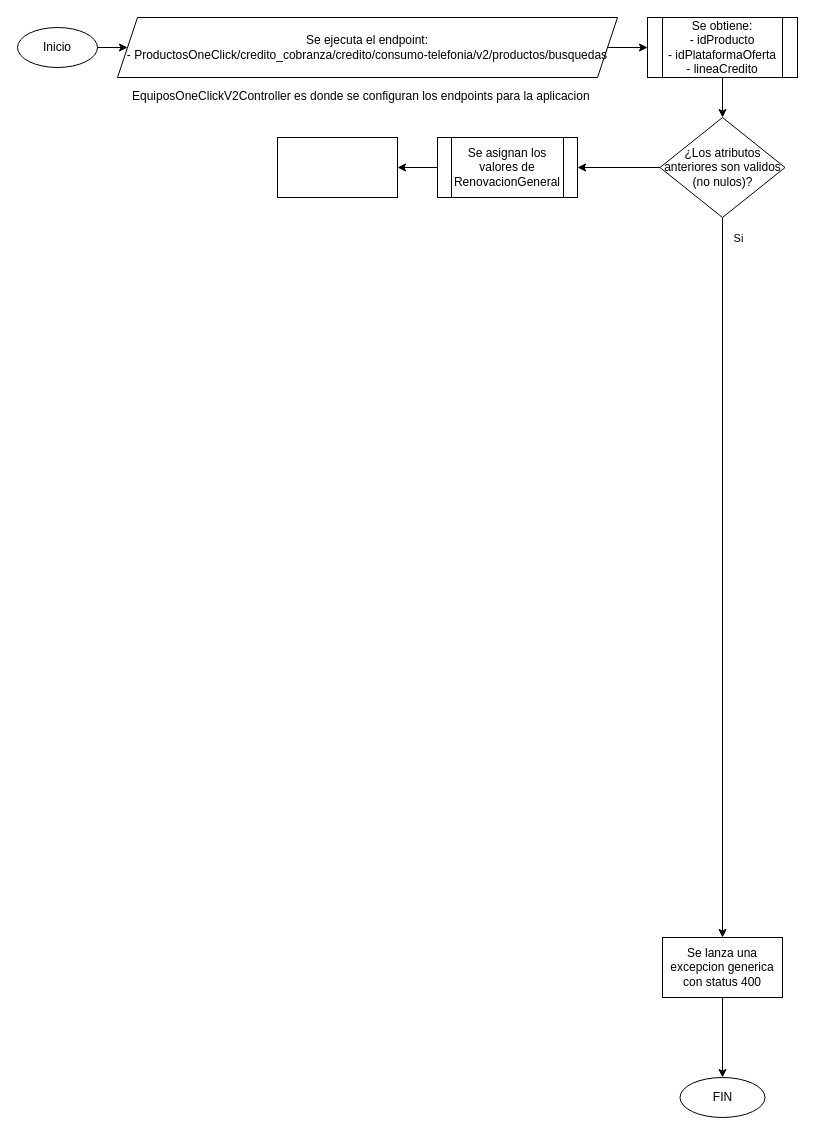
Before: Untitled Diagram.drawio in Retsamyo/hello-world, a draw.io diagram. Source tidied: cells renumbered, new cells numbered last; positions are measured from the earlier drawing's top-left corner, leaving out a move shared by most shapes. Both pictures are drawn from the tidied source at 100%, with x=0, y=0 at pixel (17, 17).
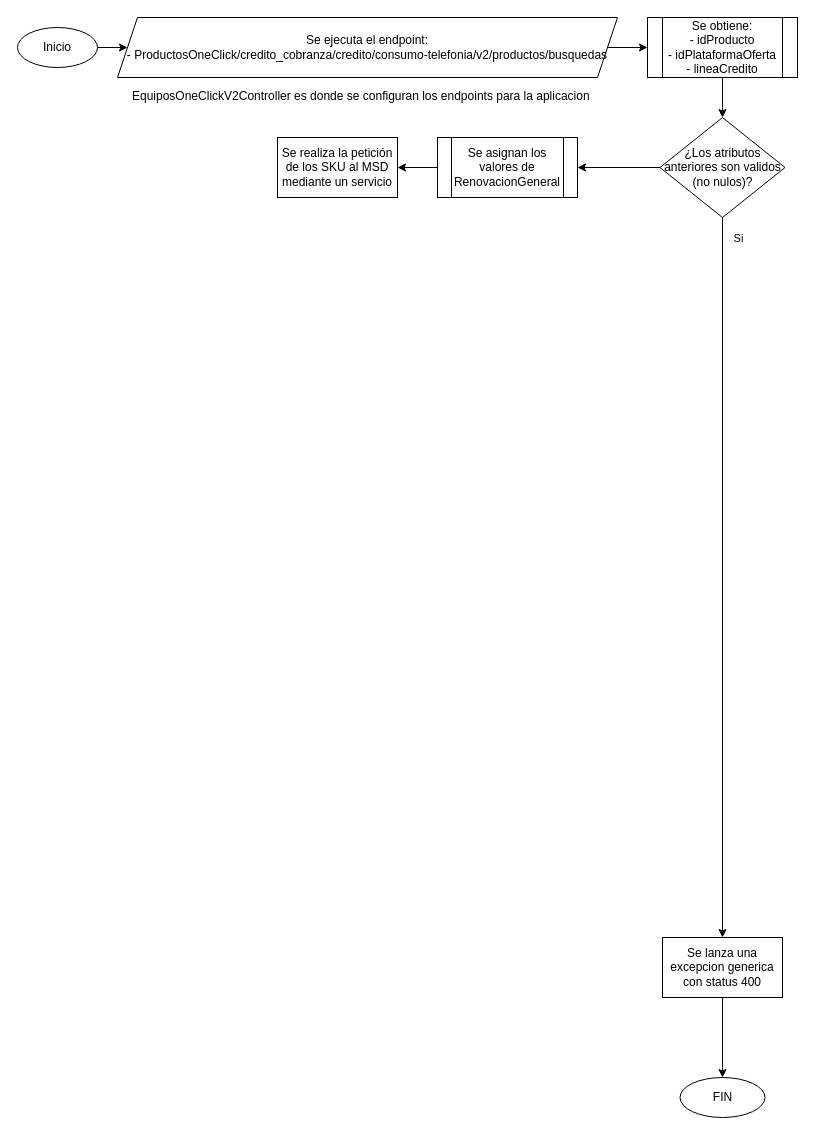
The same diagram, later.

Change to the diagram source:
```diff
@@
 <mxGraphModel>
   <root>
     <mxCell id="0" />
     <mxCell id="1" parent="0" />
     <mxCell id="2" value="&lt;p&gt;&lt;span style=&quot;font-size: 12px ; font-weight: normal&quot;&gt;EquiposOneClickV2Controller es donde se configuran los endpoints para la aplicacion&lt;/span&gt;&lt;/p&gt;" style="text;html=1;strokeColor=none;fillColor=none;spacing=5;spacingTop=-20;whiteSpace=wrap;overflow=hidden;rounded=0;" parent="1" vertex="1">
       <mxGeometry x="110" y="70" width="480" height="20" as="geometry" />
     </mxCell>
     <mxCell id="3" style="edgeStyle=orthogonalEdgeStyle;rounded=0;jettySize=auto;html=1;" parent="1" edge="1" source="4" target="6">
       <mxGeometry relative="1" as="geometry" />
     </mxCell>
     <mxCell id="4" value="&lt;span&gt;Se ejecuta el endpoint:&lt;/span&gt;&lt;br&gt;&lt;span&gt;-&amp;nbsp;ProductosOneClick/credito_cobranza/credito/consumo-telefonia/v2/productos/busquedas&lt;/span&gt;" style="shape=parallelogram;perimeter=parallelogramPerimeter;whiteSpace=wrap;html=1;fixedSize=1;" parent="1" vertex="1">
       <mxGeometry x="100" width="500" height="60" as="geometry" />
     </mxCell>
     <mxCell id="5" style="edgeStyle=orthogonalEdgeStyle;rounded=0;jettySize=auto;html=1;" parent="1" edge="1" source="6" target="10">
       <mxGeometry relative="1" as="geometry" />
     </mxCell>
     <mxCell id="6" value="Se obtiene:&lt;br&gt;-&amp;nbsp;idProducto&lt;br&gt;- idPlataformaOferta&lt;br&gt;-&amp;nbsp;lineaCredito" style="shape=process;whiteSpace=wrap;html=1;backgroundOutline=1;" parent="1" vertex="1">
       <mxGeometry x="630" width="150" height="60" as="geometry" />
     </mxCell>
     <mxCell id="7" style="edgeStyle=orthogonalEdgeStyle;rounded=0;jettySize=auto;html=1;" parent="1" edge="1" source="10" target="12">
       <mxGeometry relative="1" as="geometry" />
     </mxCell>
     <mxCell id="8" value="Si" style="edgeLabel;html=1;align=center;verticalAlign=middle;" parent="7" vertex="1">
       <mxGeometry x="-0.83" y="4" relative="1" as="geometry">
         <mxPoint x="11" y="-41" as="offset" />
       </mxGeometry>
     </mxCell>
     <mxCell id="9" style="edgeStyle=orthogonalEdgeStyle;rounded=0;jettySize=auto;html=1;" parent="1" edge="1" source="10" target="17">
       <mxGeometry relative="1" as="geometry" />
     </mxCell>
     <mxCell id="10" value="¿Los atributos anteriores son validos (no nulos)?" style="rhombus;whiteSpace=wrap;html=1;" parent="1" vertex="1">
       <mxGeometry x="642.5" y="100" width="125" height="100" as="geometry" />
     </mxCell>
     <mxCell id="11" style="edgeStyle=orthogonalEdgeStyle;rounded=0;jettySize=auto;html=1;" parent="1" edge="1" source="12" target="13">
       <mxGeometry relative="1" as="geometry" />
     </mxCell>
     <mxCell id="12" value="Se lanza una excepcion generica con status 400" style="whiteSpace=wrap;html=1;" parent="1" vertex="1">
       <mxGeometry x="645" y="920" width="120" height="60" as="geometry" />
     </mxCell>
     <mxCell id="13" value="FIN" style="ellipse;whiteSpace=wrap;html=1;" parent="1" vertex="1">
       <mxGeometry x="662.5" y="1060" width="85" height="40" as="geometry" />
     </mxCell>
     <mxCell id="14" style="edgeStyle=orthogonalEdgeStyle;rounded=0;jettySize=auto;html=1;" parent="1" edge="1" source="15" target="4">
       <mxGeometry relative="1" as="geometry" />
     </mxCell>
     <mxCell id="15" value="Inicio" style="ellipse;whiteSpace=wrap;html=1;" parent="1" vertex="1">
       <mxGeometry y="10" width="80" height="40" as="geometry" />
     </mxCell>
     <mxCell id="16" style="edgeStyle=orthogonalEdgeStyle;rounded=0;jettySize=auto;html=1;" parent="1" edge="1" source="17" target="18">
       <mxGeometry relative="1" as="geometry" />
     </mxCell>
     <mxCell id="17" value="&lt;span&gt;Se asignan los valores de RenovacionGeneral&lt;/span&gt;" style="shape=process;whiteSpace=wrap;html=1;backgroundOutline=1;" parent="1" vertex="1">
       <mxGeometry x="420" y="120" width="140" height="60" as="geometry" />
     </mxCell>
-    <mxCell id="18" style="whiteSpace=wrap;html=1;" parent="1" vertex="1">
+    <mxCell id="18" value="Se realiza la petición de los SKU al MSD mediante un servicio" style="whiteSpace=wrap;html=1;" parent="1" vertex="1">
       <mxGeometry x="260" y="120" width="120" height="60" as="geometry" />
     </mxCell>
   </root>
 </mxGraphModel>
```
